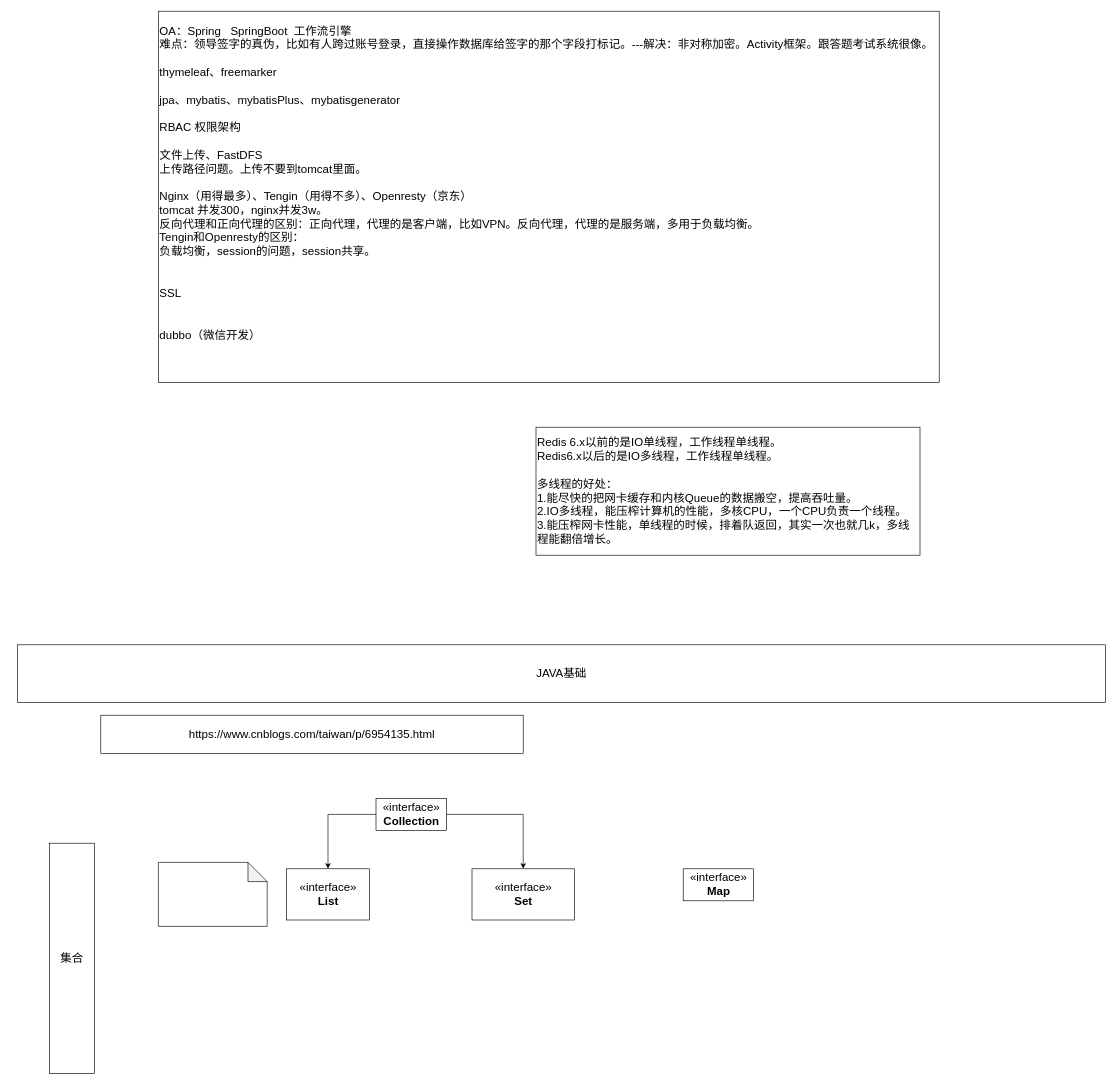
Above: JAVA/Java基础.drawio in KGwolf/MyDraw (draw.io), before the change. Source tidied: cells renumbered, new cells numbered last; positions are measured from the earlier drawing's top-left corner, leaving out a move shared by most shapes. Both pictures are drawn from the tidied source at 64%, with x=0, y=0 at pixel (17, 11).
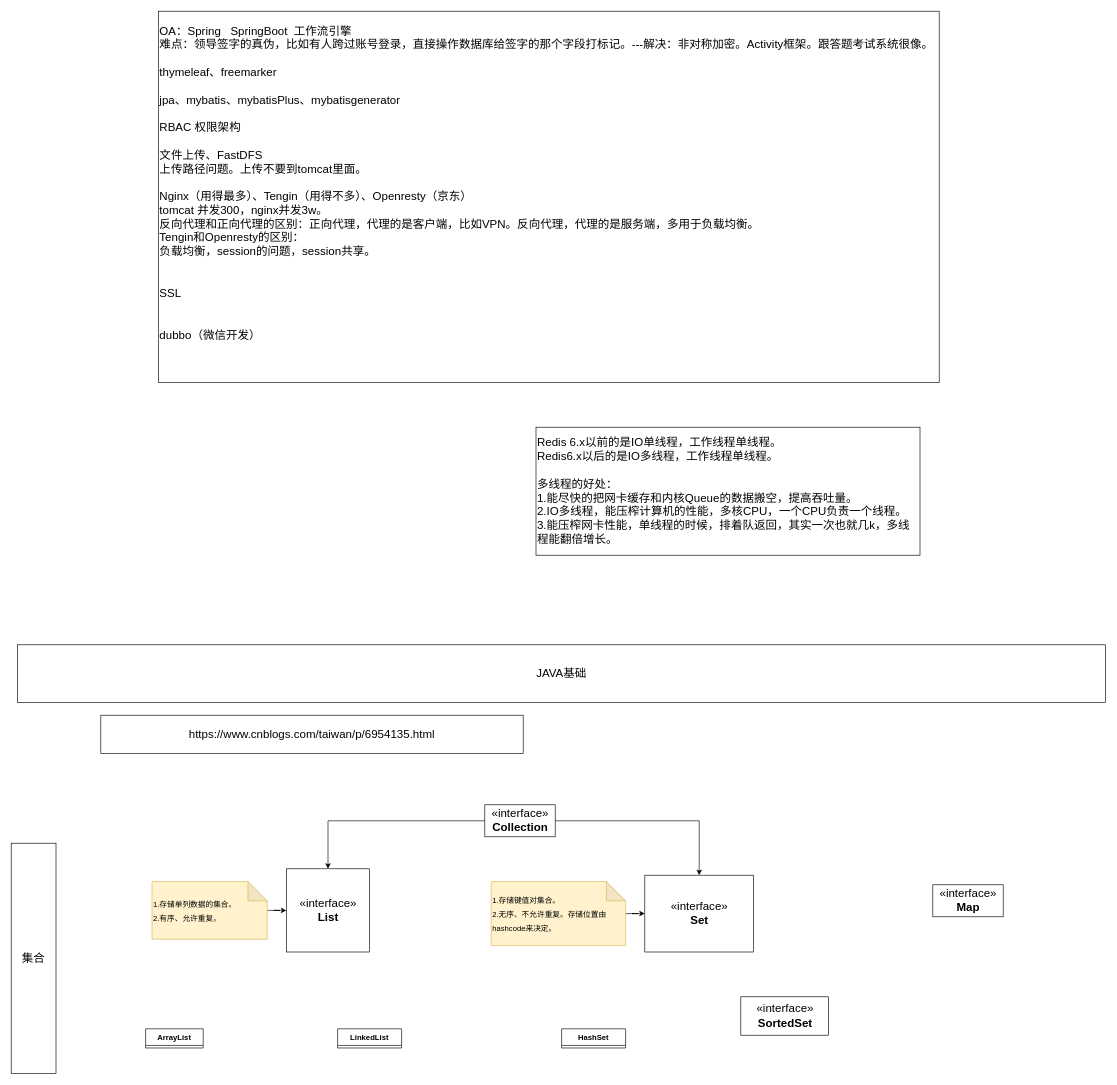
After the change.

Diff of the diagram source:
```diff
@@
     <mxCell id="4" value="集合" style="rounded=0;whiteSpace=wrap;html=1;fontSize=18;" parent="1" vertex="1">
-      <mxGeometry x="50" y="1300" width="70" height="360" as="geometry" />
+      <mxGeometry x="-10" y="1300" width="70" height="360" as="geometry" />
     </mxCell>
@@
     <mxCell id="7" value="«interface»&lt;br&gt;&lt;b&gt;Collection&lt;/b&gt;" style="html=1;fontSize=18;" parent="1" vertex="1">
-      <mxGeometry x="560" y="1230" width="110" height="50" as="geometry" />
+      <mxGeometry x="730" y="1240" width="110" height="50" as="geometry" />
     </mxCell>
     <mxCell id="8" value="«interface»&lt;br&gt;&lt;b&gt;Map&lt;/b&gt;" style="html=1;fontSize=18;" parent="1" vertex="1">
-      <mxGeometry x="1040" y="1340" width="110" height="50" as="geometry" />
+      <mxGeometry x="1430" y="1365" width="110" height="50" as="geometry" />
     </mxCell>
     <mxCell id="9" value="«interface»&lt;br&gt;&lt;b&gt;List&lt;/b&gt;" style="html=1;fontSize=18;" parent="1" vertex="1">
-      <mxGeometry x="420" y="1340" width="130" height="80" as="geometry" />
+      <mxGeometry x="420" y="1340" width="130" height="130" as="geometry" />
     </mxCell>
     <mxCell id="10" value="«interface»&lt;br&gt;&lt;b&gt;Set&lt;/b&gt;" style="html=1;fontSize=18;" parent="1" vertex="1">
-      <mxGeometry x="710" y="1340" width="160" height="80" as="geometry" />
+      <mxGeometry x="980" y="1350" width="170" height="120" as="geometry" />
     </mxCell>
+    <mxCell id="14" style="edgeStyle=orthogonalEdgeStyle;rounded=0;jettySize=auto;html=1;entryX=0;entryY=0.5;entryDx=0;entryDy=0;fontSize=12;" parent="1" edge="1" source="11" target="9">
+      <mxGeometry relative="1" as="geometry" />
+    </mxCell>
-    <mxCell id="11" style="shape=note;whiteSpace=wrap;html=1;backgroundOutline=1;darkOpacity=0.05;fontSize=18;align=left;" parent="1" vertex="1">
-      <mxGeometry x="220" y="1330" width="170" height="100" as="geometry" />
+    <mxCell id="11" value="&lt;font style=&quot;font-size: 12px;&quot;&gt;1.存储单列数据的集合。&lt;br&gt;2.有序、允许重复。&lt;br&gt;&lt;/font&gt;" style="shape=note;whiteSpace=wrap;html=1;backgroundOutline=1;darkOpacity=0.05;fontSize=18;align=left;fillColor=#fff2cc;strokeColor=#d6b656;" parent="1" vertex="1">
+      <mxGeometry x="210" y="1360" width="180" height="90" as="geometry" />
     </mxCell>
@@
+    <mxCell id="15" style="edgeStyle=orthogonalEdgeStyle;rounded=0;jettySize=auto;html=1;entryX=0;entryY=0.5;entryDx=0;entryDy=0;fontSize=12;" parent="1" edge="1" source="16" target="10">
+      <mxGeometry relative="1" as="geometry" />
+    </mxCell>
+    <mxCell id="16" value="&lt;font style=&quot;font-size: 12px;&quot;&gt;1.存储键值对集合。&lt;br&gt;2.无序、不允许重复。存储位置由hashcode来决定。&lt;br&gt;&lt;/font&gt;" style="shape=note;whiteSpace=wrap;html=1;backgroundOutline=1;darkOpacity=0.05;fontSize=18;align=left;fillColor=#fff2cc;strokeColor=#d6b656;" parent="1" vertex="1">
+      <mxGeometry x="740" y="1360" width="210" height="100" as="geometry" />
+    </mxCell>
+    <mxCell id="17" value="ArrayList" style="swimlane;fontStyle=1;align=center;verticalAlign=top;horizontal=1;startSize=26;fontSize=12;" parent="1" vertex="1" collapsed="1">
+      <mxGeometry x="200" y="1590" width="90" height="30" as="geometry" />
+    </mxCell>
+    <mxCell id="18" value="LinkedList" style="swimlane;fontStyle=1;align=center;verticalAlign=top;horizontal=1;startSize=26;fontSize=12;" parent="1" vertex="1" collapsed="1">
+      <mxGeometry x="500" y="1590" width="100" height="30" as="geometry" />
+    </mxCell>
+    <mxCell id="19" value="HashSet" style="swimlane;fontStyle=1;align=center;verticalAlign=top;horizontal=1;startSize=26;fontSize=12;" parent="1" vertex="1" collapsed="1">
+      <mxGeometry x="850" y="1590" width="100" height="30" as="geometry" />
+    </mxCell>
+    <mxCell id="20" value="«interface»&lt;br&gt;&lt;b&gt;SortedSet&lt;/b&gt;" style="html=1;fontSize=18;" parent="1" vertex="1">
+      <mxGeometry x="1130" y="1540" width="137" height="60" as="geometry" />
+    </mxCell>
```
